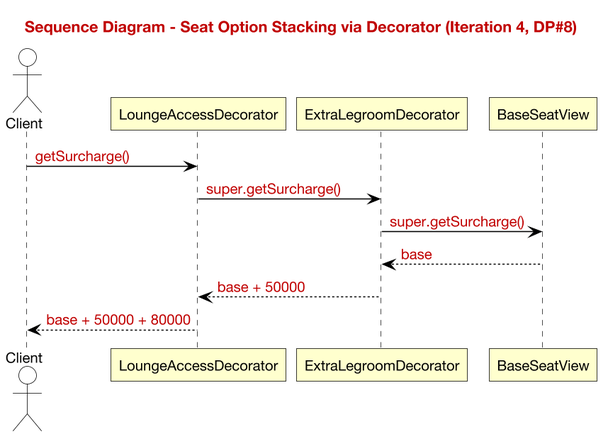
This is docs/diagrams/iter4-puml/behav/sequence-seat-decorator.png from gimjungwook/KoreanAirReservationDomain, a PlantUML export, as it was before one commit. Its diagram source:
```plantuml
@startuml sequence-seat-decorator
skinparam backgroundColor #FFFFFF
skinparam shadowing false
skinparam roundcorner 0
skinparam defaultFontName "Helvetica Neue"
skinparam defaultFontSize 13
skinparam dpi 150
skinparam ArrowColor #000000
skinparam ArrowThickness 1
skinparam UsecaseBackgroundColor #FFFFCE
skinparam UsecaseBorderColor #000000
skinparam ActorBackgroundColor #FFFFFF
skinparam ActorBorderColor #000000
skinparam ActorFontColor #000000
skinparam RectangleBackgroundColor #FFFFFF
skinparam RectangleBorderColor #000000
skinparam StateBackgroundColor #FFFFCE
skinparam StateBorderColor #000000
skinparam ParticipantBackgroundColor #FFFFCE
skinparam ParticipantBorderColor #000000
skinparam LifelineBorderColor #000000
skinparam noteBackgroundColor #FFFFFF
skinparam noteBorderColor #777777

title <color:#C00000>Sequence Diagram - Seat Option Stacking via Decorator (Iteration 4, DP#8)</color>
actor Client
participant LoungeAccessDecorator as L
participant ExtraLegroomDecorator as E
participant BaseSeatView as B
Client -> L : <color:#C00000>getSurcharge()</color>
L -> E : <color:#C00000>super.getSurcharge()</color>
E -> B : <color:#C00000>super.getSurcharge()</color>
B --> E : <color:#C00000>base</color>
E --> L : <color:#C00000>base + 50000</color>
L --> Client : <color:#C00000>base + 50000 + 80000</color>
@enduml
```
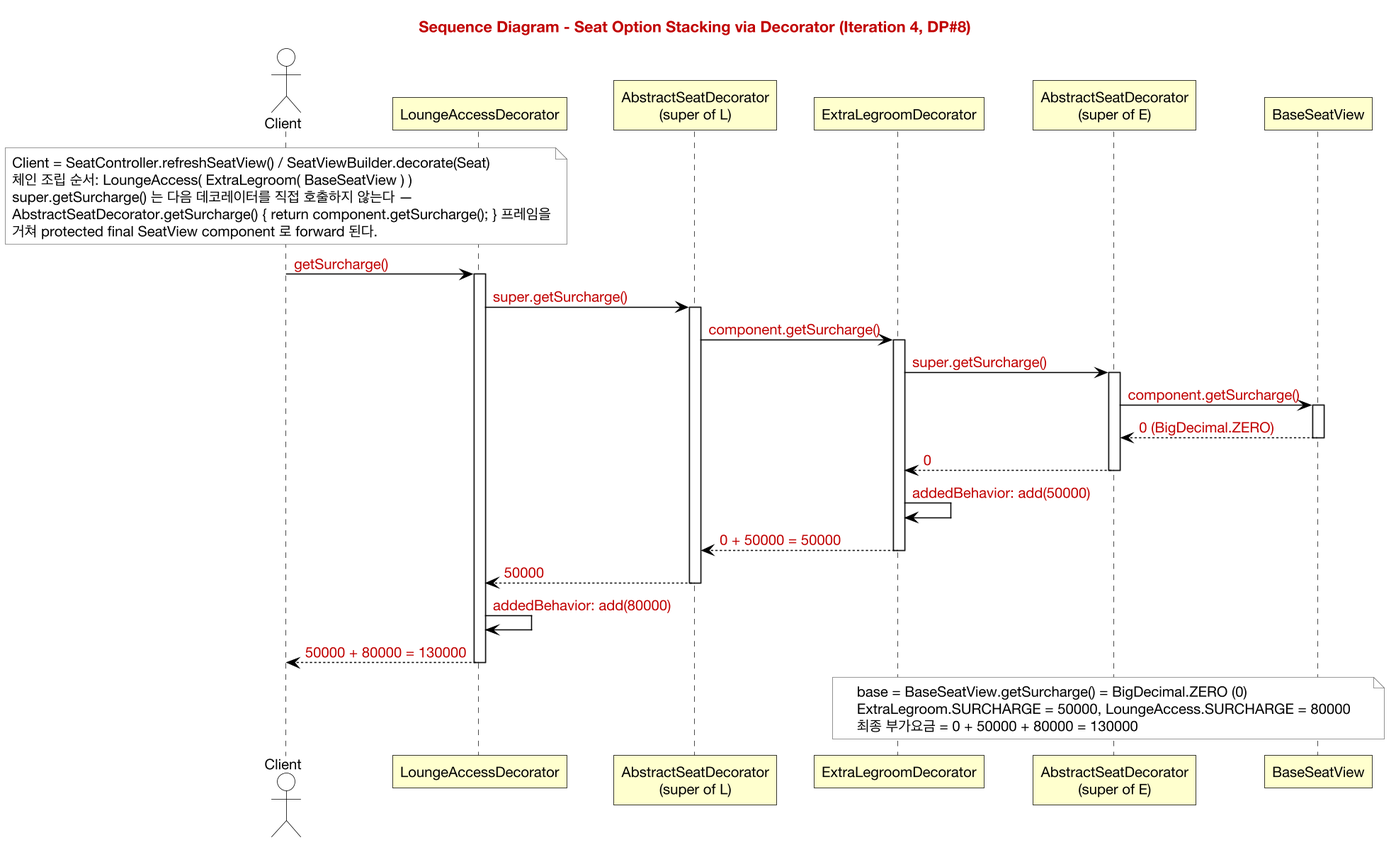
After the commit.

The edit, as a diff of the source:
```diff
@@ -23,14 +23,53 @@
 skinparam noteBorderColor #777777
 
 title <color:#C00000>Sequence Diagram - Seat Option Stacking via Decorator (Iteration 4, DP#8)</color>
+
 actor Client
 participant LoungeAccessDecorator as L
+participant "AbstractSeatDecorator\n(super of L)" as AL
 participant ExtraLegroomDecorator as E
+participant "AbstractSeatDecorator\n(super of E)" as AE
 participant BaseSeatView as B
+
+note over Client
+  Client = SeatController.refreshSeatView() / SeatViewBuilder.decorate(Seat)
+  체인 조립 순서: LoungeAccess( ExtraLegroom( BaseSeatView ) )
+  super.getSurcharge() 는 다음 데코레이터를 직접 호출하지 않는다 —
+  AbstractSeatDecorator.getSurcharge() { return component.getSurcharge(); } 프레임을
+  거쳐 protected final SeatView component 로 forward 된다.
+end note
+
 Client -> L : <color:#C00000>getSurcharge()</color>
-L -> E : <color:#C00000>super.getSurcharge()</color>
-E -> B : <color:#C00000>super.getSurcharge()</color>
-B --> E : <color:#C00000>base</color>
-E --> L : <color:#C00000>base + 50000</color>
-L --> Client : <color:#C00000>base + 50000 + 80000</color>
+activate L
+
+L -> AL : <color:#C00000>super.getSurcharge()</color>
+activate AL
+AL -> E : <color:#C00000>component.getSurcharge()</color>
+activate E
+
+E -> AE : <color:#C00000>super.getSurcharge()</color>
+activate AE
+AE -> B : <color:#C00000>component.getSurcharge()</color>
+activate B
+B --> AE : <color:#C00000>0 (BigDecimal.ZERO)</color>
+deactivate B
+AE --> E : <color:#C00000>0</color>
+deactivate AE
+
+E -> E : <color:#C00000>addedBehavior: add(50000)</color>
+E --> AL : <color:#C00000>0 + 50000 = 50000</color>
+deactivate E
+AL --> L : <color:#C00000>50000</color>
+deactivate AL
+
+L -> L : <color:#C00000>addedBehavior: add(80000)</color>
+L --> Client : <color:#C00000>50000 + 80000 = 130000</color>
+deactivate L
+
+note over E, B
+  base = BaseSeatView.getSurcharge() = BigDecimal.ZERO (0)
+  ExtraLegroom.SURCHARGE = 50000, LoungeAccess.SURCHARGE = 80000
+  최종 부가요금 = 0 + 50000 + 80000 = 130000
+end note
+
 @enduml
```
